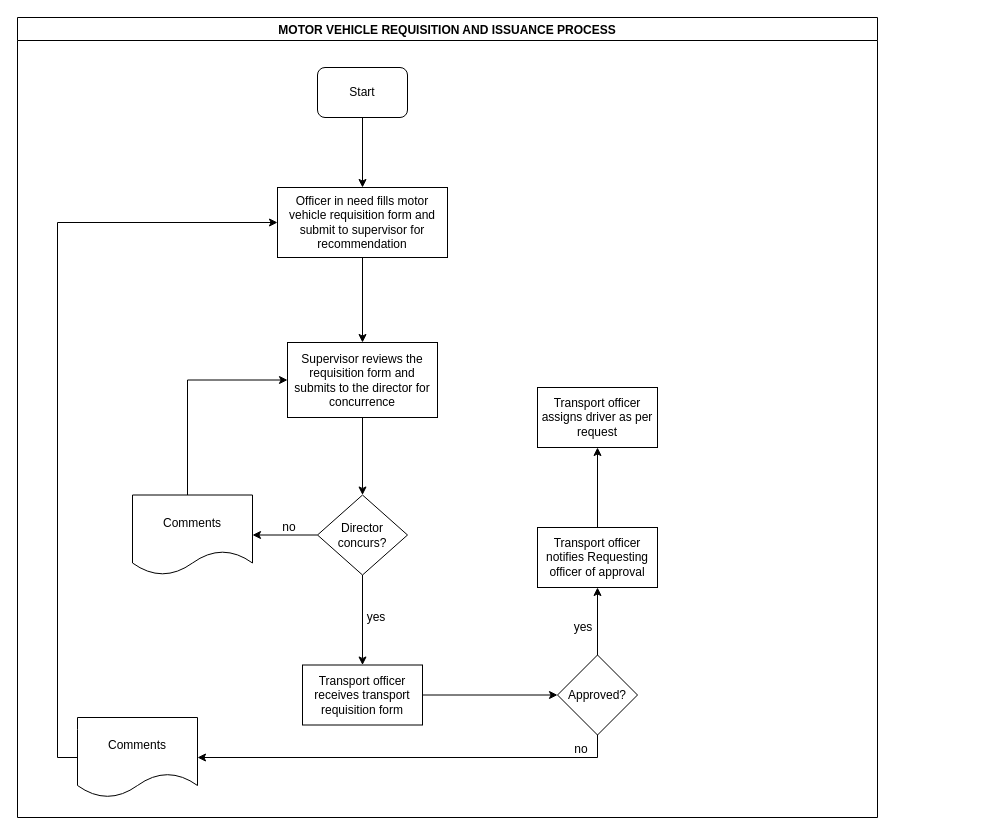
kmagua/flowcharts keeps this draw.io diagram as LC-Training-MOTOR VEHICLE REQUISITION AND ISSUANCE PROCESS.drawio. Above is the earlier version. Source tidied: cells renumbered, new cells numbered last; positions are measured from the earlier drawing's top-left corner, leaving out a move shared by most shapes. Both pictures are drawn from the tidied source at 100%, with x=0, y=0 at pixel (17, 17).
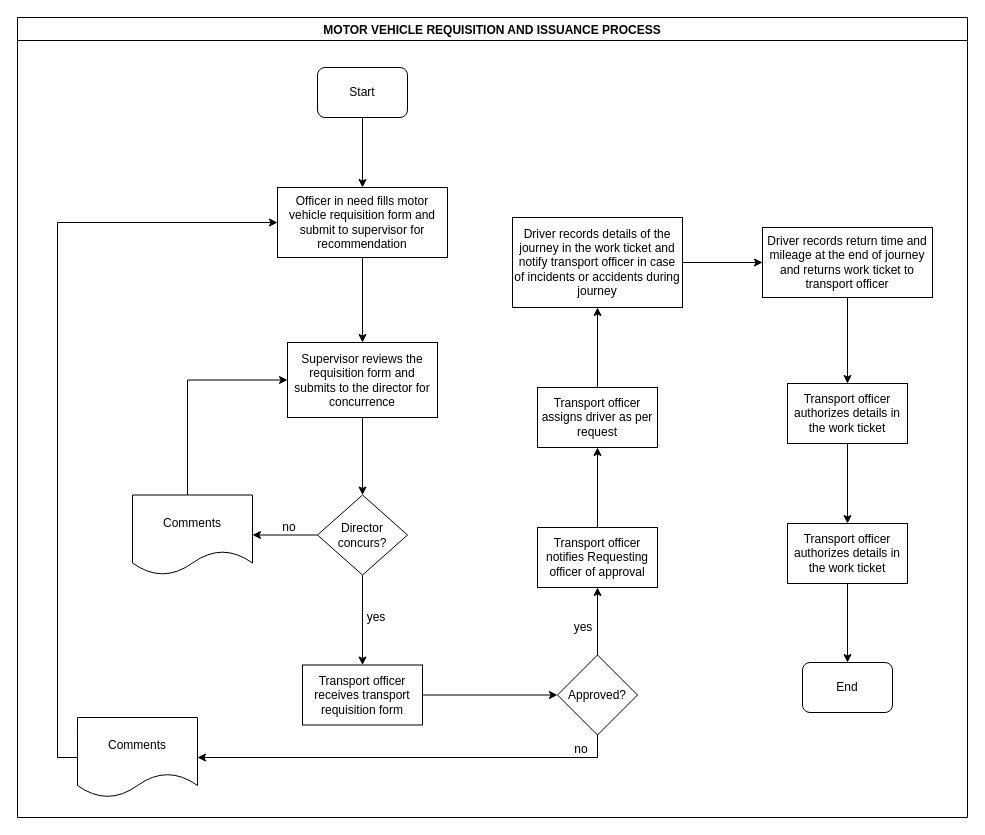
The same diagram, later.

The change refers to these unchanged cells:
```xml
<mxCell id="26" value="Transport officer assigns driver as per request" style="whiteSpace=wrap;html=1;rounded=0;" parent="1" vertex="1">
  <mxGeometry x="520" y="370" width="120" height="60" as="geometry" />
</mxCell>
```

What changed in the source:
```diff
@@
     <mxCell id="2" value="MOTOR VEHICLE REQUISITION AND ISSUANCE PROCESS" style="swimlane;" parent="1" vertex="1">
-      <mxGeometry width="860" height="800" as="geometry" />
+      <mxGeometry width="950" height="800" as="geometry" />
     </mxCell>
@@
+    <mxCell id="28" value="Transport officer authorizes details in the work ticket" style="whiteSpace=wrap;html=1;rounded=0;" parent="2" vertex="1">
+      <mxGeometry x="770" y="366" width="120" height="60" as="geometry" />
+    </mxCell>
+    <mxCell id="29" value="End" style="rounded=1;whiteSpace=wrap;html=1;" parent="2" vertex="1">
+      <mxGeometry x="785" y="645" width="90" height="50" as="geometry" />
+    </mxCell>
@@
+    <mxCell id="30" style="edgeStyle=orthogonalEdgeStyle;rounded=0;jettySize=auto;html=1;" parent="1" edge="1" source="26" target="32">
+      <mxGeometry relative="1" as="geometry" />
+    </mxCell>
@@
+    <mxCell id="31" style="edgeStyle=orthogonalEdgeStyle;rounded=0;jettySize=auto;html=1;" parent="1" edge="1" source="32" target="34">
+      <mxGeometry relative="1" as="geometry" />
+    </mxCell>
+    <mxCell id="32" value="Driver records details of the journey in the work ticket and notify transport officer in case of incidents or accidents during journey" style="whiteSpace=wrap;html=1;rounded=0;" parent="1" vertex="1">
+      <mxGeometry x="495" y="200" width="170" height="90" as="geometry" />
+    </mxCell>
+    <mxCell id="33" style="edgeStyle=orthogonalEdgeStyle;rounded=0;jettySize=auto;html=1;entryX=0.5;entryY=0;entryDx=0;entryDy=0;" parent="1" edge="1" source="34" target="28">
+      <mxGeometry relative="1" as="geometry" />
+    </mxCell>
+    <mxCell id="34" value="Driver records return time and mileage at the end of journey and returns work ticket to transport officer" style="whiteSpace=wrap;html=1;rounded=0;" parent="1" vertex="1">
+      <mxGeometry x="745" y="210" width="170" height="70" as="geometry" />
+    </mxCell>
+    <mxCell id="35" style="edgeStyle=orthogonalEdgeStyle;rounded=0;jettySize=auto;html=1;entryX=0.5;entryY=0;entryDx=0;entryDy=0;" parent="1" edge="1" source="36" target="29">
+      <mxGeometry relative="1" as="geometry" />
+    </mxCell>
+    <mxCell id="36" value="Transport officer authorizes details in the work ticket" style="whiteSpace=wrap;html=1;rounded=0;" parent="1" vertex="1">
+      <mxGeometry x="770" y="506" width="120" height="60" as="geometry" />
+    </mxCell>
+    <mxCell id="37" style="edgeStyle=orthogonalEdgeStyle;rounded=0;jettySize=auto;html=1;" parent="1" edge="1" source="28" target="36">
+      <mxGeometry relative="1" as="geometry" />
+    </mxCell>
```
